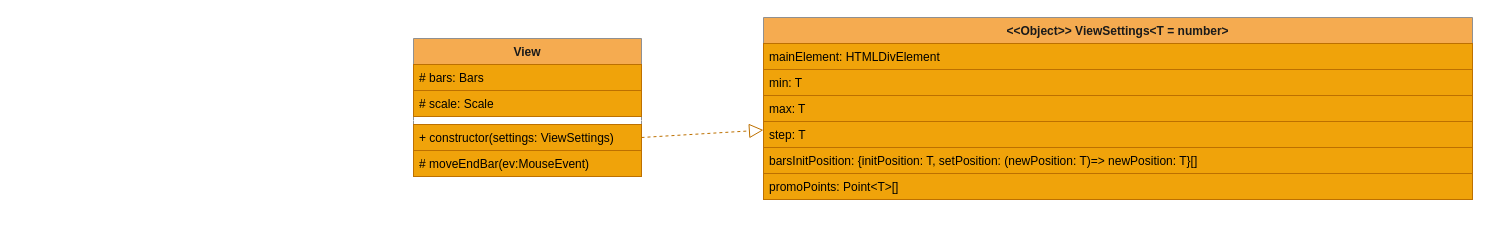
This is page "View" (5 of 7) of src/components/simple/slider/slider.drawio from ArhDemetriy/Slider, a draw.io file, before an edit. Source tidied: cells renumbered, new cells numbered last; positions are measured from the earlier drawing's top-left corner, leaving out a move shared by most shapes. Both pictures are drawn from the tidied source at 100%, with x=0, y=0 at pixel (413, 17).
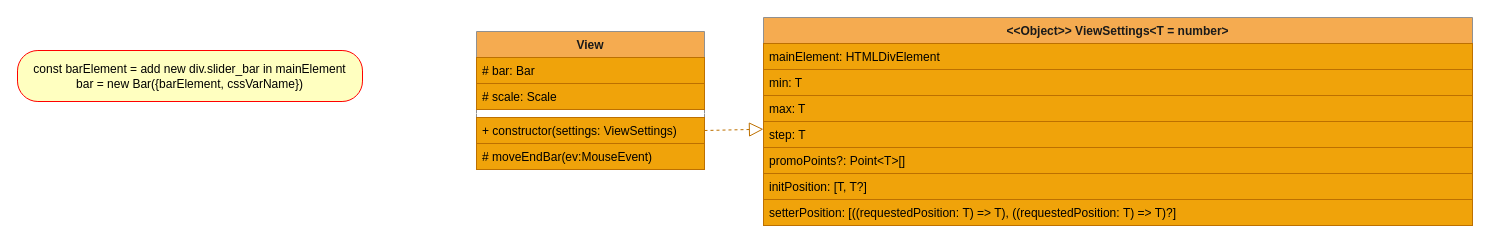
After the change.

Change to the diagram source:
```diff
@@
 <mxGraphModel>
   <root>
     <mxCell id="0" />
     <mxCell id="1" parent="0" />
     <mxCell id="2" parent="0" />
     <mxCell id="3" value="View" style="swimlane;fontStyle=1;align=center;verticalAlign=top;horizontal=1;startSize=26;rounded=0;sketch=0;strokeColor=#909090;fillColor=#F5AB50;fontColor=#1A1A1A;" parent="2" vertex="1">
-      <mxGeometry y="21" width="228" height="138" as="geometry" />
+      <mxGeometry x="63" y="14" width="228" height="138" as="geometry" />
     </mxCell>
-    <mxCell id="4" value="# bars: Bars" style="text;fillColor=#f0a30a;align=left;verticalAlign=top;spacingLeft=4;spacingRight=4;overflow=hidden;strokeColor=#BD7000;fontColor=#000000;" parent="3" vertex="1">
+    <mxCell id="4" value="# bar: Bar" style="text;fillColor=#f0a30a;align=left;verticalAlign=top;spacingLeft=4;spacingRight=4;overflow=hidden;strokeColor=#BD7000;fontColor=#000000;" parent="3" vertex="1">
       <mxGeometry y="26" width="228" height="26" as="geometry" />
     </mxCell>
     <mxCell id="5" value="# scale: Scale" style="text;fillColor=#f0a30a;align=left;verticalAlign=top;spacingLeft=4;spacingRight=4;overflow=hidden;strokeColor=#BD7000;fontColor=#000000;" parent="3" vertex="1">
       <mxGeometry y="52" width="228" height="26" as="geometry" />
     </mxCell>
     <mxCell id="6" style="line;strokeWidth=1;align=left;verticalAlign=middle;spacingTop=-1;spacingLeft=3;spacingRight=3;labelPosition=right;fillColor=#F0A30A;strokeColor=#FFFFFF;" parent="3" vertex="1">
       <mxGeometry y="78" width="228" height="8" as="geometry" />
     </mxCell>
     <mxCell id="7" value="+ constructor(settings: ViewSettings)" style="text;align=left;verticalAlign=top;spacingLeft=4;spacingRight=4;overflow=hidden;points=[[0,0.5],[1,0.5]];portConstraint=eastwest;strokeColor=#BD7000;fontColor=#000000;fillColor=#F0A30A;" parent="3" vertex="1">
       <mxGeometry y="86" width="228" height="26" as="geometry" />
     </mxCell>
     <mxCell id="8" value="# moveEndBar(ev:MouseEvent)" style="text;align=left;verticalAlign=top;spacingLeft=4;spacingRight=4;overflow=hidden;strokeColor=#BD7000;fontColor=#000000;fillColor=#F0A30A;" parent="3" vertex="1">
       <mxGeometry y="112" width="228" height="26" as="geometry" />
     </mxCell>
     <mxCell id="9" value="&lt;&lt;Object&gt;&gt; ViewSettings&lt;T = number&gt;" style="swimlane;fontStyle=1;align=center;verticalAlign=top;horizontal=1;startSize=26;rounded=0;sketch=0;strokeColor=#909090;fillColor=#F5AB50;fontColor=#1A1A1A;" parent="2" vertex="1">
-      <mxGeometry x="350" width="709" height="182" as="geometry" />
+      <mxGeometry x="350" width="709" height="208" as="geometry" />
     </mxCell>
     <mxCell id="10" value="mainElement: HTMLDivElement" style="text;fillColor=#f0a30a;align=left;verticalAlign=top;spacingLeft=4;spacingRight=4;overflow=hidden;strokeColor=#BD7000;fontColor=#000000;" parent="9" vertex="1">
       <mxGeometry y="26" width="709" height="26" as="geometry" />
     </mxCell>
     <mxCell id="11" value="min: T" style="text;fillColor=#f0a30a;align=left;verticalAlign=top;spacingLeft=4;spacingRight=4;overflow=hidden;strokeColor=#BD7000;fontColor=#000000;" parent="9" vertex="1">
       <mxGeometry y="52" width="709" height="26" as="geometry" />
     </mxCell>
     <mxCell id="12" value="max: T" style="text;fillColor=#f0a30a;align=left;verticalAlign=top;spacingLeft=4;spacingRight=4;overflow=hidden;strokeColor=#BD7000;fontColor=#000000;" parent="9" vertex="1">
       <mxGeometry y="78" width="709" height="26" as="geometry" />
     </mxCell>
     <mxCell id="13" value="step: T" style="text;fillColor=#f0a30a;align=left;verticalAlign=top;spacingLeft=4;spacingRight=4;overflow=hidden;strokeColor=#BD7000;fontColor=#000000;" parent="9" vertex="1">
       <mxGeometry y="104" width="709" height="26" as="geometry" />
     </mxCell>
+    <mxCell id="15" value="promoPoints?: Point&lt;T&gt;[]" style="text;fillColor=#f0a30a;align=left;verticalAlign=top;spacingLeft=4;spacingRight=4;overflow=hidden;strokeColor=#BD7000;fontColor=#000000;" parent="9" vertex="1">
+      <mxGeometry y="130" width="709" height="26" as="geometry" />
+    </mxCell>
+    <mxCell id="18" value="initPosition: [T, T?]" style="text;fillColor=#f0a30a;align=left;verticalAlign=top;spacingLeft=4;spacingRight=4;overflow=hidden;strokeColor=#BD7000;fontColor=#000000;" parent="9" vertex="1">
+      <mxGeometry y="156" width="709" height="26" as="geometry" />
+    </mxCell>
-    <mxCell id="14" value="barsInitPosition: {initPosition: T, setPosition: (newPosition: T)=&gt; newPosition: T}[]" style="text;fillColor=#f0a30a;align=left;verticalAlign=top;spacingLeft=4;spacingRight=4;overflow=hidden;strokeColor=#BD7000;fontColor=#000000;" parent="9" vertex="1">
-      <mxGeometry y="130" width="709" height="26" as="geometry" />
+    <mxCell id="14" value="setterPosition: [((requestedPosition: T) =&gt; T), ((requestedPosition: T) =&gt; T)?]" style="text;fillColor=#f0a30a;align=left;verticalAlign=top;spacingLeft=4;spacingRight=4;overflow=hidden;strokeColor=#BD7000;fontColor=#000000;" parent="9" vertex="1">
+      <mxGeometry y="182" width="709" height="26" as="geometry" />
     </mxCell>
-    <mxCell id="15" value="promoPoints: Point&lt;T&gt;[]" style="text;fillColor=#f0a30a;align=left;verticalAlign=top;spacingLeft=4;spacingRight=4;overflow=hidden;strokeColor=#BD7000;fontColor=#000000;" parent="9" vertex="1">
-      <mxGeometry y="156" width="709" height="26" as="geometry" />
-    </mxCell>
     <mxCell id="16" style="endArrow=block;dashed=1;endFill=0;endSize=12;html=1;strokeColor=#BD7000;fontColor=#000000;fillColor=#f0a30a;exitX=1;exitY=0.5;exitDx=0;exitDy=0;" parent="2" edge="1" source="7" target="9">
       <mxGeometry relative="1" as="geometry" />
     </mxCell>
+    <mxCell id="19" value="const barElement = add new div.slider_bar in mainElement&lt;br&gt;bar = new Bar({barElement, cssVarName})" style="rounded=1;whiteSpace=wrap;html=1;arcSize=40;fontColor=#000000;fillColor=#ffffc0;strokeColor=#ff0000;" parent="2" vertex="1">
+      <mxGeometry x="-396" y="33" width="345" height="51" as="geometry" />
+    </mxCell>
     <mxCell id="17" parent="0" />
   </root>
 </mxGraphModel>
```
